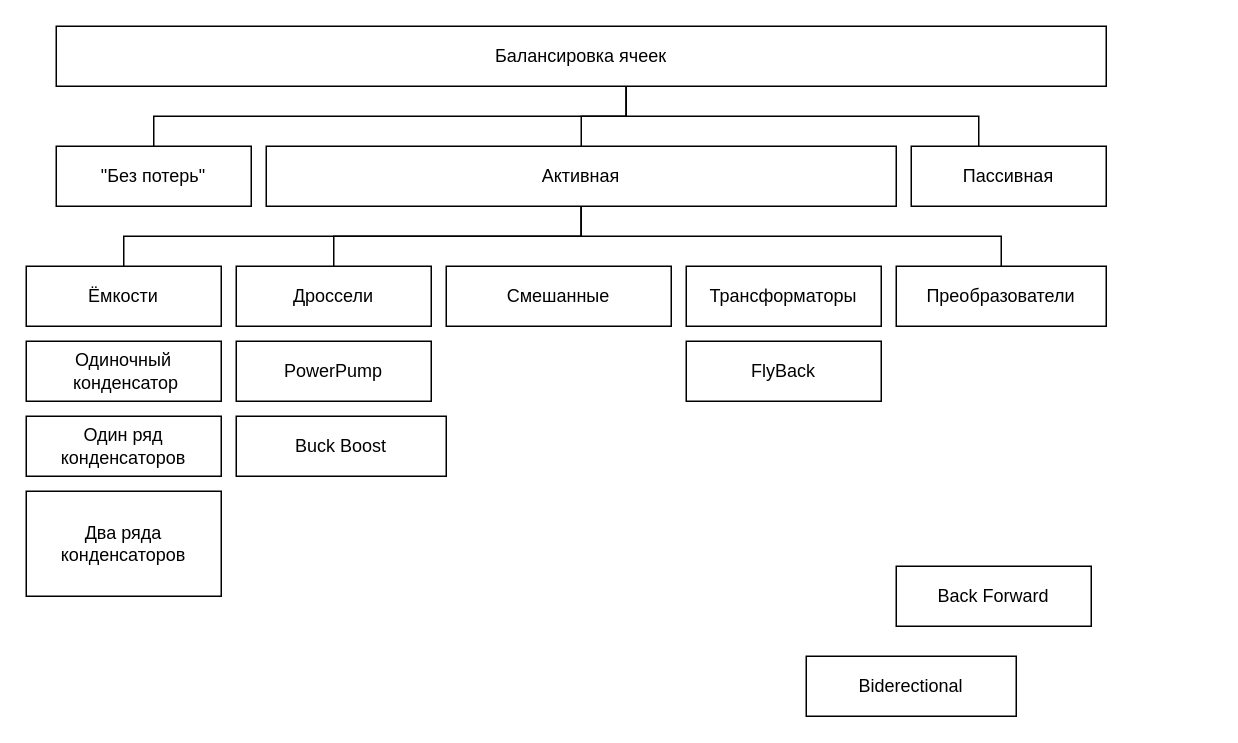
Earlier version of the draw.io diagram img/diagrams/Classification.drawio (buglalis/degree). Source tidied: cells renumbered, new cells numbered last; positions are measured from the earlier drawing's top-left corner, leaving out a move shared by most shapes. Both pictures are drawn from the tidied source at 150%, with x=0, y=0 at pixel (26, 26).
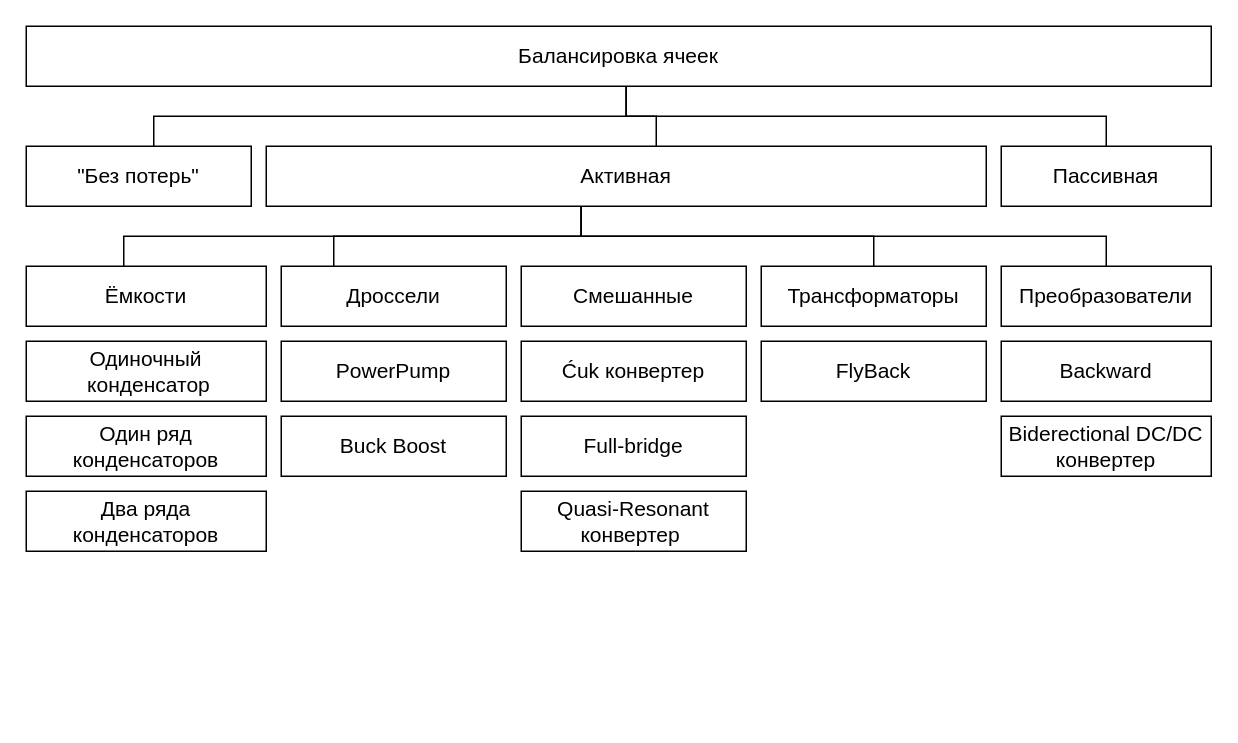
Above is the later version.

Change to the diagram source:
```diff
@@
-    <mxCell id="2" style="edgeStyle=orthogonalEdgeStyle;rounded=0;jettySize=auto;html=1;endArrow=none;endFill=0;" parent="1" edge="1" source="4" target="5">
+    <mxCell id="2" style="edgeStyle=orthogonalEdgeStyle;rounded=0;jettySize=auto;html=1;endArrow=none;endFill=0;fontSize=14;" parent="1" edge="1" source="4" target="5">
       <mxGeometry relative="1" as="geometry">
         <Array as="points">
           <mxPoint x="400" y="60" />
-          <mxPoint x="635" y="60" />
+          <mxPoint x="720" y="60" />
         </Array>
       </mxGeometry>
     </mxCell>
-    <mxCell id="3" style="edgeStyle=orthogonalEdgeStyle;rounded=0;jettySize=auto;html=1;endArrow=none;endFill=0;" parent="1" edge="1" source="4" target="9">
+    <mxCell id="3" style="edgeStyle=orthogonalEdgeStyle;rounded=0;jettySize=auto;html=1;endArrow=none;endFill=0;fontSize=14;" parent="1" edge="1" source="4" target="9">
       <mxGeometry relative="1" as="geometry">
         <Array as="points">
           <mxPoint x="400" y="60" />
-          <mxPoint x="370" y="60" />
+          <mxPoint x="420" y="60" />
         </Array>
       </mxGeometry>
     </mxCell>
-    <mxCell id="4" value="Балансировка ячеек" style="rounded=0;whiteSpace=wrap;html=1;" parent="1" vertex="1">
-      <mxGeometry x="20" width="700" height="40" as="geometry" />
+    <mxCell id="4" value="Балансировка ячеек" style="rounded=0;whiteSpace=wrap;html=1;fontSize=14;" parent="1" vertex="1">
+      <mxGeometry width="790" height="40" as="geometry" />
     </mxCell>
-    <mxCell id="5" value="Пассивная" style="rounded=0;whiteSpace=wrap;html=1;" parent="1" vertex="1">
-      <mxGeometry x="590" y="80" width="130" height="40" as="geometry" />
+    <mxCell id="5" value="Пассивная" style="rounded=0;whiteSpace=wrap;html=1;fontSize=14;" parent="1" vertex="1">
+      <mxGeometry x="650" y="80" width="140" height="40" as="geometry" />
     </mxCell>
-    <mxCell id="6" style="edgeStyle=orthogonalEdgeStyle;rounded=0;jettySize=auto;html=1;strokeColor=default;align=center;verticalAlign=middle;fontFamily=Helvetica;fontSize=11;fontColor=default;labelBackgroundColor=default;endArrow=none;endFill=0;" parent="1" edge="1" source="9" target="10">
+    <mxCell id="6" style="edgeStyle=orthogonalEdgeStyle;rounded=0;jettySize=auto;html=1;strokeColor=default;align=center;verticalAlign=middle;fontFamily=Helvetica;fontSize=14;fontColor=default;labelBackgroundColor=default;endArrow=none;endFill=0;" parent="1" edge="1" source="9" target="10">
       <mxGeometry relative="1" as="geometry">
         <Array as="points">
           <mxPoint x="370" y="140" />
           <mxPoint x="65" y="140" />
         </Array>
       </mxGeometry>
     </mxCell>
-    <mxCell id="7" style="edgeStyle=orthogonalEdgeStyle;rounded=0;jettySize=auto;html=1;strokeColor=default;align=center;verticalAlign=middle;fontFamily=Helvetica;fontSize=11;fontColor=default;labelBackgroundColor=default;endArrow=none;endFill=0;" parent="1" edge="1" source="9" target="11">
+    <mxCell id="7" style="edgeStyle=orthogonalEdgeStyle;rounded=0;jettySize=auto;html=1;strokeColor=default;align=center;verticalAlign=middle;fontFamily=Helvetica;fontSize=14;fontColor=default;labelBackgroundColor=default;endArrow=none;endFill=0;" parent="1" edge="1" source="9" target="11">
       <mxGeometry relative="1" as="geometry">
         <Array as="points">
           <mxPoint x="370" y="140" />
           <mxPoint x="205" y="140" />
         </Array>
       </mxGeometry>
     </mxCell>
-    <mxCell id="8" style="edgeStyle=orthogonalEdgeStyle;rounded=0;jettySize=auto;html=1;strokeColor=default;align=center;verticalAlign=middle;fontFamily=Helvetica;fontSize=11;fontColor=default;labelBackgroundColor=default;endArrow=none;endFill=0;" parent="1" edge="1" source="9" target="12">
-      <mxGeometry relative="1" as="geometry" />
+    <mxCell id="8" style="edgeStyle=orthogonalEdgeStyle;rounded=0;jettySize=auto;html=1;strokeColor=default;align=center;verticalAlign=middle;fontFamily=Helvetica;fontSize=14;fontColor=default;labelBackgroundColor=default;endArrow=none;endFill=0;" parent="1" edge="1" source="9" target="12">
+      <mxGeometry relative="1" as="geometry">
+        <Array as="points">
+          <mxPoint x="370" y="140" />
+          <mxPoint x="720" y="140" />
+        </Array>
+      </mxGeometry>
     </mxCell>
-    <mxCell id="9" value="Активная" style="rounded=0;whiteSpace=wrap;html=1;" parent="1" vertex="1">
-      <mxGeometry x="160" y="80" width="420" height="40" as="geometry" />
+    <mxCell id="9" value="Активная" style="rounded=0;whiteSpace=wrap;html=1;fontSize=14;" parent="1" vertex="1">
+      <mxGeometry x="160" y="80" width="480" height="40" as="geometry" />
     </mxCell>
-    <mxCell id="10" value="Ёмкости" style="rounded=0;whiteSpace=wrap;html=1;" parent="1" vertex="1">
-      <mxGeometry y="160" width="130" height="40" as="geometry" />
+    <mxCell id="10" value="Ёмкости" style="rounded=0;whiteSpace=wrap;html=1;fontSize=14;" parent="1" vertex="1">
+      <mxGeometry y="160" width="160" height="40" as="geometry" />
     </mxCell>
-    <mxCell id="11" value="Дроссели" style="rounded=0;whiteSpace=wrap;html=1;" parent="1" vertex="1">
-      <mxGeometry x="140" y="160" width="130" height="40" as="geometry" />
+    <mxCell id="11" value="Дроссели" style="rounded=0;whiteSpace=wrap;html=1;fontSize=14;" parent="1" vertex="1">
+      <mxGeometry x="170" y="160" width="150" height="40" as="geometry" />
     </mxCell>
-    <mxCell id="12" value="Преобразователи" style="rounded=0;whiteSpace=wrap;html=1;" parent="1" vertex="1">
-      <mxGeometry x="580" y="160" width="140" height="40" as="geometry" />
+    <mxCell id="12" value="Преобразователи" style="rounded=0;whiteSpace=wrap;html=1;fontSize=14;" parent="1" vertex="1">
+      <mxGeometry x="650" y="160" width="140" height="40" as="geometry" />
     </mxCell>
-    <mxCell id="13" value="Одиночный &lt;span style=&quot;background-color: initial;&quot;&gt;&amp;nbsp;конденсатор&lt;/span&gt;" style="rounded=0;whiteSpace=wrap;html=1;" parent="1" vertex="1">
-      <mxGeometry y="210" width="130" height="40" as="geometry" />
+    <mxCell id="13" value="Одиночный &lt;span style=&quot;background-color: initial;&quot;&gt;&amp;nbsp;конденсатор&lt;/span&gt;" style="rounded=0;whiteSpace=wrap;html=1;fontSize=14;" parent="1" vertex="1">
+      <mxGeometry y="210" width="160" height="40" as="geometry" />
     </mxCell>
-    <mxCell id="14" value="Один ряд&lt;div&gt;конденсаторов&lt;/div&gt;" style="rounded=0;whiteSpace=wrap;html=1;" parent="1" vertex="1">
-      <mxGeometry y="260" width="130" height="40" as="geometry" />
+    <mxCell id="14" value="Один ряд&lt;div&gt;конденсаторов&lt;/div&gt;" style="rounded=0;whiteSpace=wrap;html=1;fontSize=14;" parent="1" vertex="1">
+      <mxGeometry y="260" width="160" height="40" as="geometry" />
     </mxCell>
-    <mxCell id="15" value="Два ряда&lt;div&gt;конденсаторов&lt;/div&gt;" style="rounded=0;whiteSpace=wrap;html=1;" parent="1" vertex="1">
-      <mxGeometry y="310" width="130" height="70" as="geometry" />
+    <mxCell id="15" value="Два ряда&lt;div&gt;конденсаторов&lt;/div&gt;" style="rounded=0;whiteSpace=wrap;html=1;fontSize=14;" parent="1" vertex="1">
+      <mxGeometry y="310" width="160" height="40" as="geometry" />
     </mxCell>
-    <mxCell id="16" value="Buck Boost" style="rounded=0;whiteSpace=wrap;html=1;" parent="1" vertex="1">
-      <mxGeometry x="140" y="260" width="140" height="40" as="geometry" />
+    <mxCell id="16" value="Buck Boost" style="rounded=0;whiteSpace=wrap;html=1;fontSize=14;" parent="1" vertex="1">
+      <mxGeometry x="170" y="260" width="150" height="40" as="geometry" />
     </mxCell>
-    <mxCell id="17" value="PowerPump" style="rounded=0;whiteSpace=wrap;html=1;" parent="1" vertex="1">
-      <mxGeometry x="140" y="210" width="130" height="40" as="geometry" />
+    <mxCell id="17" value="PowerPump" style="rounded=0;whiteSpace=wrap;html=1;fontSize=14;" parent="1" vertex="1">
+      <mxGeometry x="170" y="210" width="150" height="40" as="geometry" />
     </mxCell>
-    <mxCell id="18" value="Back Forward" style="rounded=0;whiteSpace=wrap;html=1;" parent="1" vertex="1">
-      <mxGeometry x="580" y="360" width="130" height="40" as="geometry" />
-    </mxCell>
-    <mxCell id="19" value="Biderectional" style="rounded=0;whiteSpace=wrap;html=1;" parent="1" vertex="1">
-      <mxGeometry x="520" y="420" width="140" height="40" as="geometry" />
+    <mxCell id="19" value="Biderectional DC/DC&lt;div&gt;конвертер&lt;/div&gt;" style="rounded=0;whiteSpace=wrap;html=1;fontSize=14;" parent="1" vertex="1">
+      <mxGeometry x="650" y="260" width="140" height="40" as="geometry" />
     </mxCell>
-    <mxCell id="20" value="FlyBack" style="rounded=0;whiteSpace=wrap;html=1;" parent="1" vertex="1">
-      <mxGeometry x="440" y="210" width="130" height="40" as="geometry" />
+    <mxCell id="20" value="FlyBack" style="rounded=0;whiteSpace=wrap;html=1;fontSize=14;" parent="1" vertex="1">
+      <mxGeometry x="490" y="210" width="150" height="40" as="geometry" />
     </mxCell>
-    <mxCell id="21" style="edgeStyle=orthogonalEdgeStyle;rounded=0;jettySize=auto;html=1;endArrow=none;startFill=0;" parent="1" edge="1" source="22" target="4">
+    <mxCell id="21" style="edgeStyle=orthogonalEdgeStyle;rounded=0;jettySize=auto;html=1;endArrow=none;startFill=0;fontSize=14;" parent="1" edge="1" source="22" target="4">
       <mxGeometry relative="1" as="geometry">
         <Array as="points">
           <mxPoint x="85" y="60" />
           <mxPoint x="400" y="60" />
         </Array>
       </mxGeometry>
     </mxCell>
-    <mxCell id="22" value="&quot;Без потерь&quot;" style="rounded=0;whiteSpace=wrap;html=1;" parent="1" vertex="1">
-      <mxGeometry x="20" y="80" width="130" height="40" as="geometry" />
+    <mxCell id="22" value="&quot;Без потерь&quot;" style="rounded=0;whiteSpace=wrap;html=1;fontSize=14;" parent="1" vertex="1">
+      <mxGeometry y="80" width="150" height="40" as="geometry" />
     </mxCell>
+    <mxCell id="25" style="edgeStyle=orthogonalEdgeStyle;rounded=0;jettySize=auto;html=1;endArrow=none;startFill=0;fontSize=14;" parent="1" edge="1" source="24" target="9">
+      <mxGeometry relative="1" as="geometry">
+        <Array as="points">
+          <mxPoint x="565" y="140" />
+          <mxPoint x="370" y="140" />
+        </Array>
+      </mxGeometry>
+    </mxCell>
+    <mxCell id="24" value="Трансформаторы" style="rounded=0;whiteSpace=wrap;html=1;fontSize=14;" parent="1" vertex="1">
+      <mxGeometry x="490" y="160" width="150" height="40" as="geometry" />
+    </mxCell>
-    <mxCell id="23" value="Смешанные" style="rounded=0;whiteSpace=wrap;html=1;" parent="1" vertex="1">
-      <mxGeometry x="280" y="160" width="150" height="40" as="geometry" />
+    <mxCell id="23" value="Смешанные" style="rounded=0;whiteSpace=wrap;html=1;fontSize=14;" parent="1" vertex="1">
+      <mxGeometry x="330" y="160" width="150" height="40" as="geometry" />
     </mxCell>
-    <mxCell id="24" value="Трансформаторы" style="rounded=0;whiteSpace=wrap;html=1;" parent="1" vertex="1">
-      <mxGeometry x="440" y="160" width="130" height="40" as="geometry" />
-    </mxCell>
+    <mxCell id="26" value="Ćuk конвертер" style="rounded=0;whiteSpace=wrap;html=1;fontSize=14;" parent="1" vertex="1">
+      <mxGeometry x="330" y="210" width="150" height="40" as="geometry" />
+    </mxCell>
+    <mxCell id="27" value="Full-bridge" style="rounded=0;whiteSpace=wrap;html=1;fontSize=14;" parent="1" vertex="1">
+      <mxGeometry x="330" y="260" width="150" height="40" as="geometry" />
+    </mxCell>
+    <mxCell id="28" value="Quasi-Resonant&lt;div&gt;конвертер&amp;nbsp;&lt;/div&gt;" style="rounded=0;whiteSpace=wrap;html=1;fontSize=14;" parent="1" vertex="1">
+      <mxGeometry x="330" y="310" width="150" height="40" as="geometry" />
+    </mxCell>
+    <mxCell id="29" value="Backward" style="rounded=0;whiteSpace=wrap;html=1;fontSize=14;" parent="1" vertex="1">
+      <mxGeometry x="650" y="210" width="140" height="40" as="geometry" />
+    </mxCell>
```
